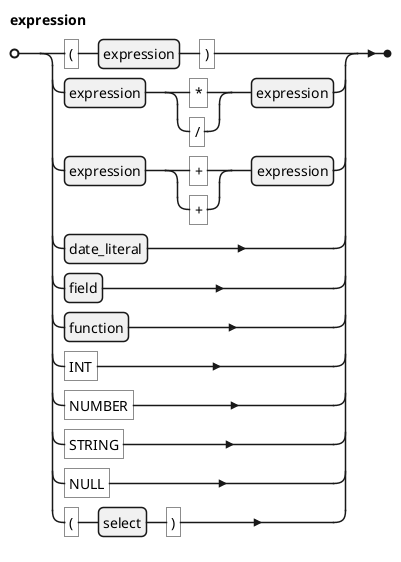
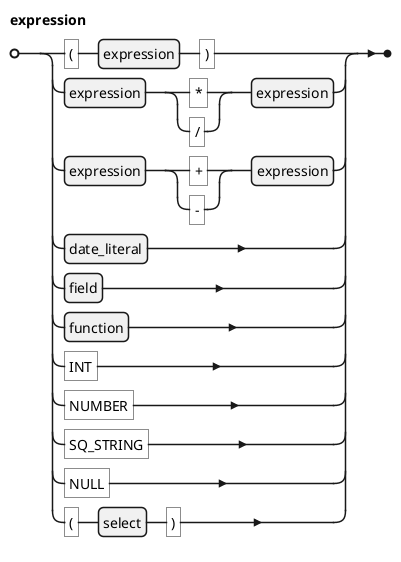
@startebnf
' border and background
skinparam legendBorderColor transparent
skinparam legendBackgroundColor white

'title expression

expression =
 "(", expression, ")"
| expression, ("*" | "/"), expression
- | expression, ("+" | "+"), expression
+ | expression, ("+" | "-"), expression
| date_literal
| field
| function
| "INT"
| "NUMBER"
- | "STRING"
+ | "SQ_STRING"
| "NULL"
| "(", select, ")"
;

@endebnf
